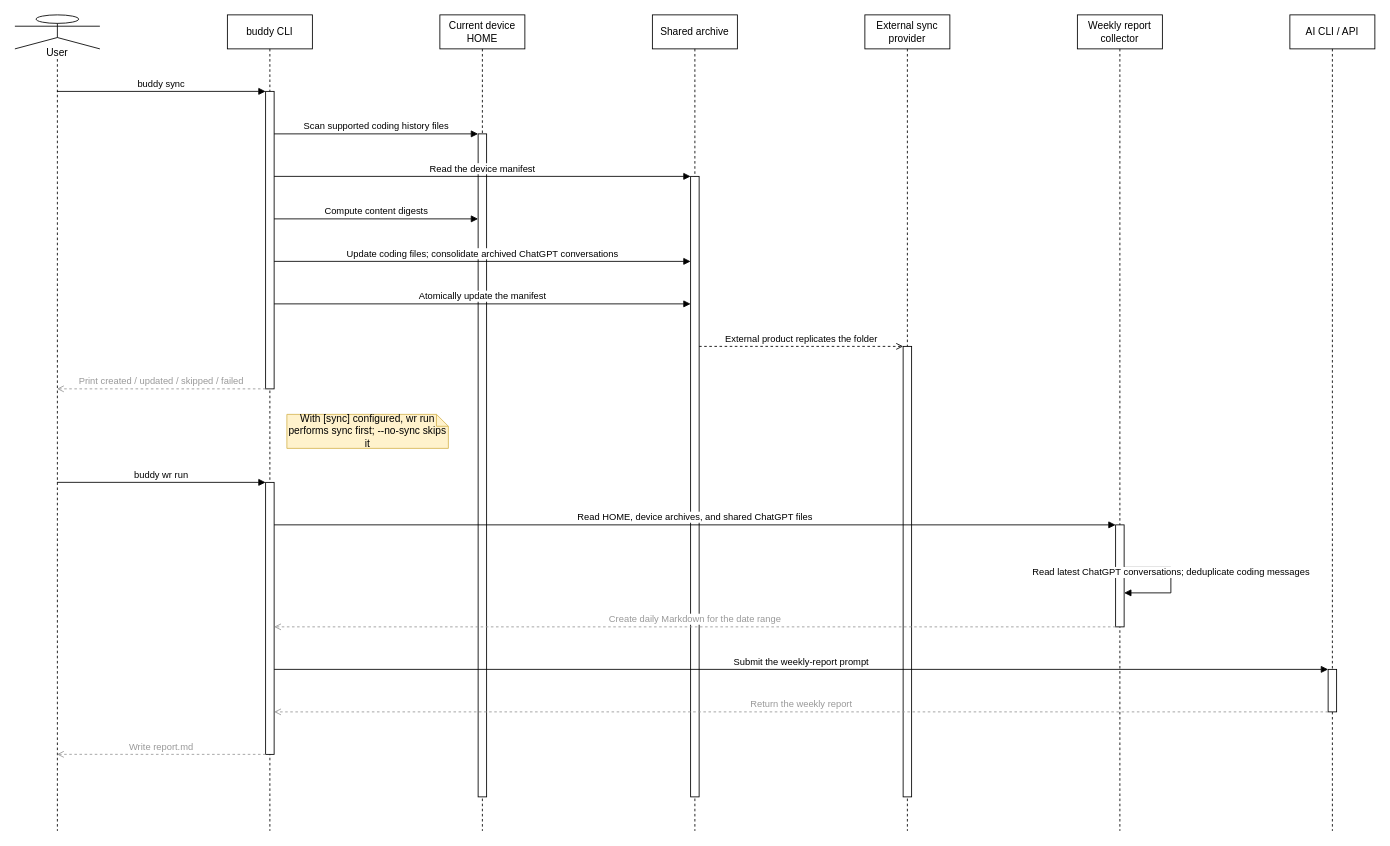
Earlier version of the draw.io diagram docs/buddy-sync-sequence.drawio (Zhaoyilunnn/guarded-buddy). Source tidied: cells renumbered, new cells numbered last; positions are measured from the earlier drawing's top-left corner, leaving out a move shared by most shapes. Both pictures are drawn from the tidied source at 85%, with x=0, y=0 at pixel (14, 14).
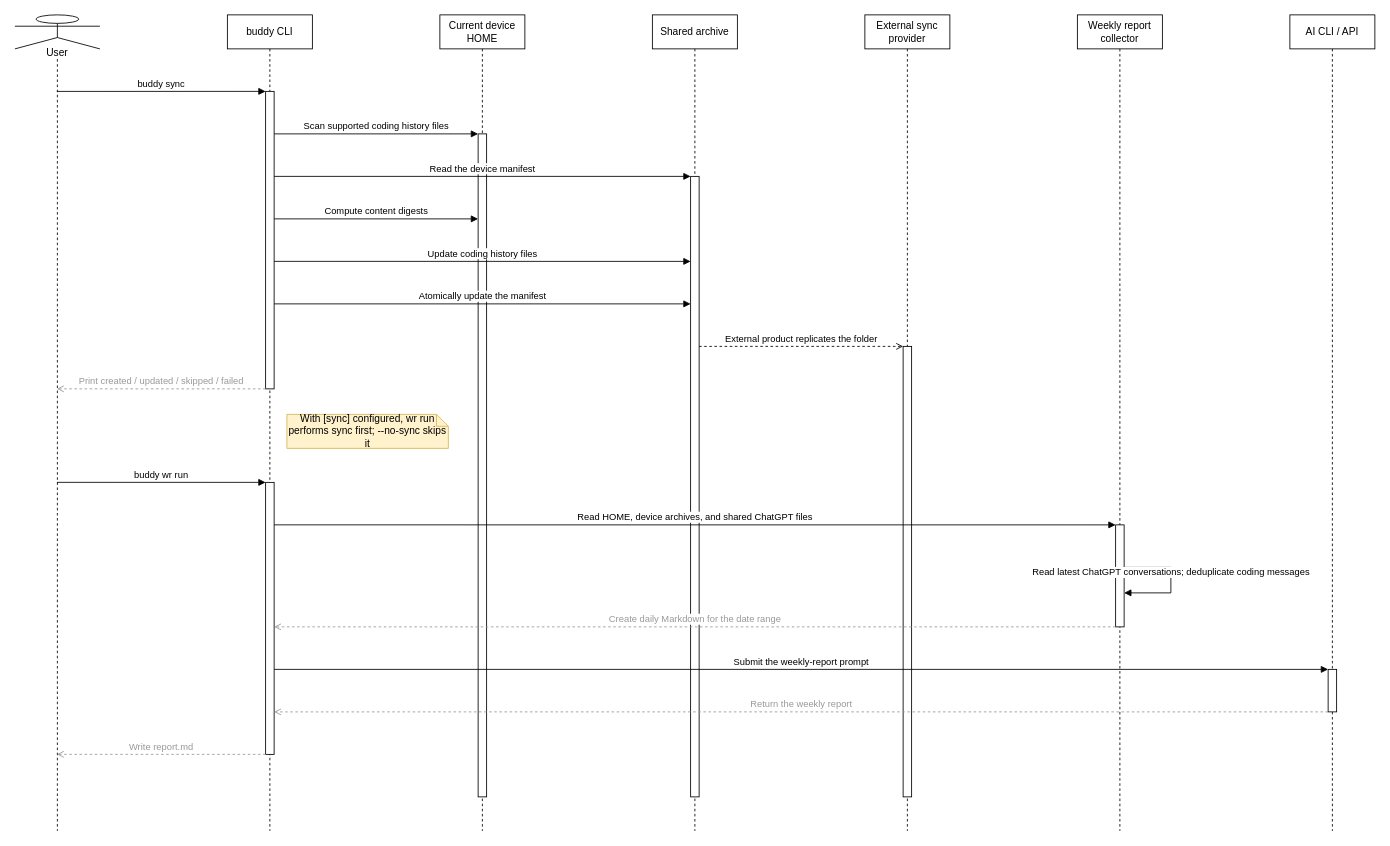
The same diagram, later.

Commit message (it also covers changes not shown here):
Skip legacy ChatGPT archive migration during sync

Unchanged cells that the change refers to:
```xml
<mxCell id="9" style="html=1;points=[];perimeter=orthogonalPerimeter;outlineConnect=0;fillColor=#ffffff;" parent="3" vertex="1">
  <mxGeometry x="45" y="90" width="10" height="350" as="geometry" />
</mxCell>
<mxCell id="14" style="html=1;points=[];perimeter=orthogonalPerimeter;outlineConnect=0;fillColor=#ffffff;" parent="5" vertex="1">
  <mxGeometry x="45" y="190" width="10" height="730" as="geometry" />
</mxCell>
```

Change to the diagram source:
```diff
@@
-    <mxCell id="20" value="Update coding files; consolidate archived ChatGPT conversations" style="html=1;verticalAlign=bottom;endArrow=block;curved=0;rounded=0;exitX=1;exitY=0.5714;entryX=0;entryY=0.137;" parent="1" edge="1" source="9" target="14">
+    <mxCell id="20" value="Update coding history files" style="html=1;verticalAlign=bottom;endArrow=block;curved=0;rounded=0;exitX=1;exitY=0.5714;entryX=0;entryY=0.137;" parent="1" edge="1" source="9" target="14">
       <mxGeometry relative="1" as="geometry" />
     </mxCell>
```
